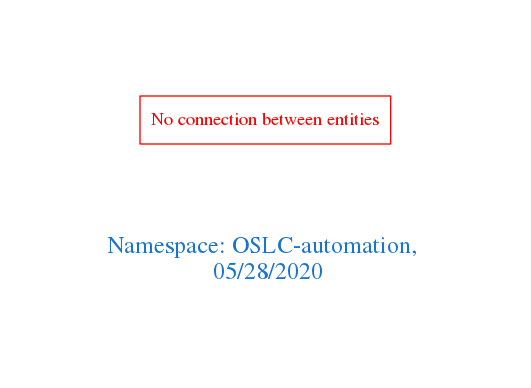
arago/OGIT keeps this Graphviz diagram as downloads/OSLC-automation.png. Above is the earlier version. Its source is kept beside it as downloads/OSLC-automation.dot.
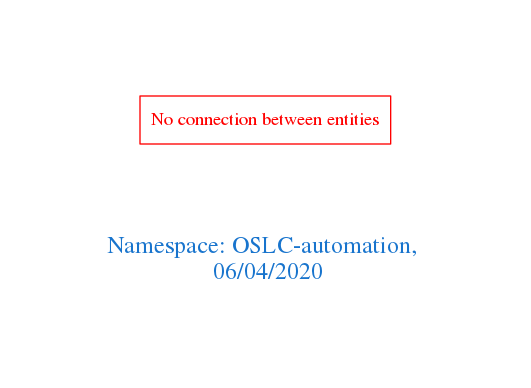
Above is the later version.

Diff of the diagram source:
```diff
@@ -1,7 +1,7 @@
 digraph OGIT_ontology {
  graph [ rankdir= LR,pad=1
 fontsize = 18,
-fontcolor= dodgerblue3,label = "\n\n\nNamespace: OSLC-automation, \n 05/28/2020"];
+fontcolor= dodgerblue3,label = "\n\n\nNamespace: OSLC-automation, \n 06/04/2020"];
 node[shape=polygon];
 edge [  color="gray81"];
 
```
